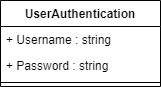
Above: diagrams/authentication.drawio.png in Humteria/booking-hive (draw.io), before the change. Source tidied: cells renumbered, new cells last; positions are measured from the earlier drawing's top-left corner, leaving out a move shared by most shapes.
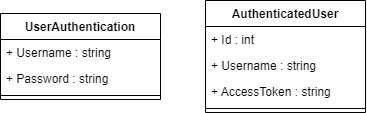
The same diagram one commit later.

Commit message:
Add AuthenticatedUser model

The edit, as a diff of the source:
```diff
@@ -14,5 +14,20 @@
     <mxCell id="5" style="line;strokeWidth=1;fillColor=none;align=left;verticalAlign=middle;spacingTop=-1;spacingLeft=3;spacingRight=3;labelPosition=right;strokeColor=inherit;" parent="2" vertex="1">
       <mxGeometry y="78" width="160" height="8" as="geometry" />
     </mxCell>
+    <mxCell id="6" value="AuthenticatedUser" style="swimlane;fontStyle=1;align=center;verticalAlign=top;horizontal=1;startSize=26;" parent="1" vertex="1">
+      <mxGeometry x="205" y="-13" width="160" height="112" as="geometry" />
+    </mxCell>
+    <mxCell id="7" value="+ Id : int" style="text;strokeColor=none;fillColor=none;align=left;verticalAlign=top;spacingLeft=4;spacingRight=4;overflow=hidden;" parent="6" vertex="1">
+      <mxGeometry y="26" width="160" height="26" as="geometry" />
+    </mxCell>
+    <mxCell id="8" value="+ Username : string" style="text;strokeColor=none;fillColor=none;align=left;verticalAlign=top;spacingLeft=4;spacingRight=4;overflow=hidden;" parent="6" vertex="1">
+      <mxGeometry y="52" width="160" height="26" as="geometry" />
+    </mxCell>
+    <mxCell id="9" value="+ AccessToken : string" style="text;strokeColor=none;fillColor=none;align=left;verticalAlign=top;spacingLeft=4;spacingRight=4;overflow=hidden;" parent="6" vertex="1">
+      <mxGeometry y="78" width="160" height="26" as="geometry" />
+    </mxCell>
+    <mxCell id="10" style="line;strokeWidth=1;fillColor=none;align=left;verticalAlign=middle;spacingTop=-1;spacingLeft=3;spacingRight=3;labelPosition=right;strokeColor=inherit;" parent="6" vertex="1">
+      <mxGeometry y="104" width="160" height="8" as="geometry" />
+    </mxCell>
   </root>
 </mxGraphModel>
```
